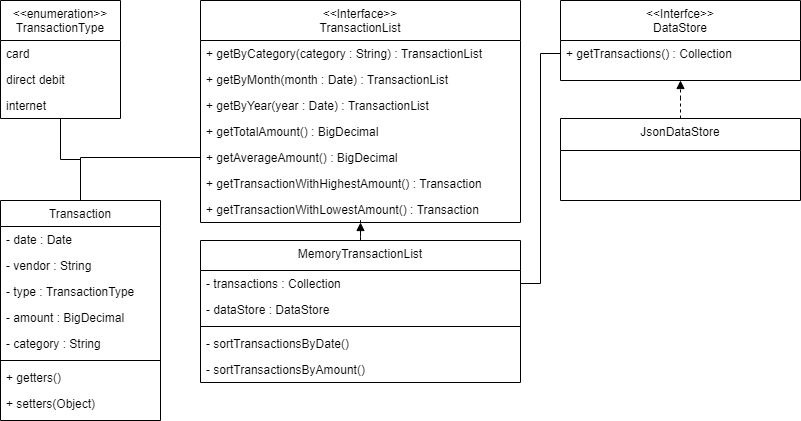
Earlier version of the draw.io export Class Diagram.png (dickyince/transaction-categories). Source tidied: cells renumbered, new cells last; positions are measured from the earlier drawing's top-left corner, leaving out a move shared by most shapes.
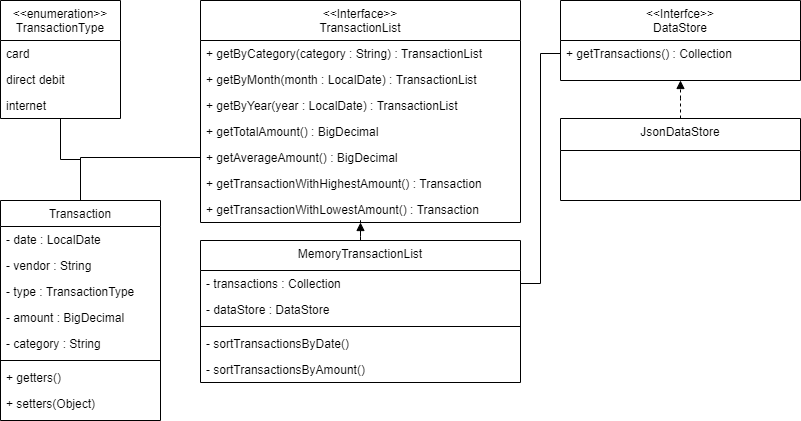
Later version of the same file.

Commit message:
Changing Date to LocalDate

What changed in the source:
```diff
@@ -11,7 +11,7 @@
     <mxCell id="4" value="Transaction" style="swimlane;fontStyle=0;align=center;verticalAlign=top;horizontal=1;startSize=26;rounded=0;shadow=0;strokeWidth=1;" parent="1" vertex="1">
       <mxGeometry y="200" width="160" height="220" as="geometry" />
     </mxCell>
-    <mxCell id="5" value="- date : Date" style="text;align=left;verticalAlign=top;spacingLeft=4;spacingRight=4;overflow=hidden;" parent="4" vertex="1">
+    <mxCell id="5" value="- date : LocalDate" style="text;align=left;verticalAlign=top;spacingLeft=4;spacingRight=4;overflow=hidden;" parent="4" vertex="1">
       <mxGeometry y="26" width="160" height="26" as="geometry" />
     </mxCell>
     <mxCell id="6" value="- vendor : String" style="text;align=left;verticalAlign=top;spacingLeft=4;spacingRight=4;overflow=hidden;rounded=0;shadow=0;html=0;" parent="4" vertex="1">
@@ -41,10 +41,10 @@
     <mxCell id="14" value="+ getByCategory(category : String) : TransactionList" style="text;align=left;verticalAlign=top;spacingLeft=4;spacingRight=4;overflow=hidden;" parent="13" vertex="1">
       <mxGeometry y="40" width="320" height="26" as="geometry" />
     </mxCell>
-    <mxCell id="15" value="+ getByMonth(month : Date) : TransactionList" style="text;align=left;verticalAlign=top;spacingLeft=4;spacingRight=4;overflow=hidden;" parent="13" vertex="1">
+    <mxCell id="15" value="+ getByMonth(month : LocalDate) : TransactionList" style="text;align=left;verticalAlign=top;spacingLeft=4;spacingRight=4;overflow=hidden;" parent="13" vertex="1">
       <mxGeometry y="66" width="320" height="26" as="geometry" />
     </mxCell>
-    <mxCell id="16" value="+ getByYear(year : Date) : TransactionList" style="text;align=left;verticalAlign=top;spacingLeft=4;spacingRight=4;overflow=hidden;" parent="13" vertex="1">
+    <mxCell id="16" value="+ getByYear(year : LocalDate) : TransactionList" style="text;align=left;verticalAlign=top;spacingLeft=4;spacingRight=4;overflow=hidden;" parent="13" vertex="1">
       <mxGeometry y="92" width="320" height="26" as="geometry" />
     </mxCell>
     <mxCell id="17" value="+ getTotalAmount() : BigDecimal" style="text;align=left;verticalAlign=top;spacingLeft=4;spacingRight=4;overflow=hidden;" parent="13" vertex="1">
```
